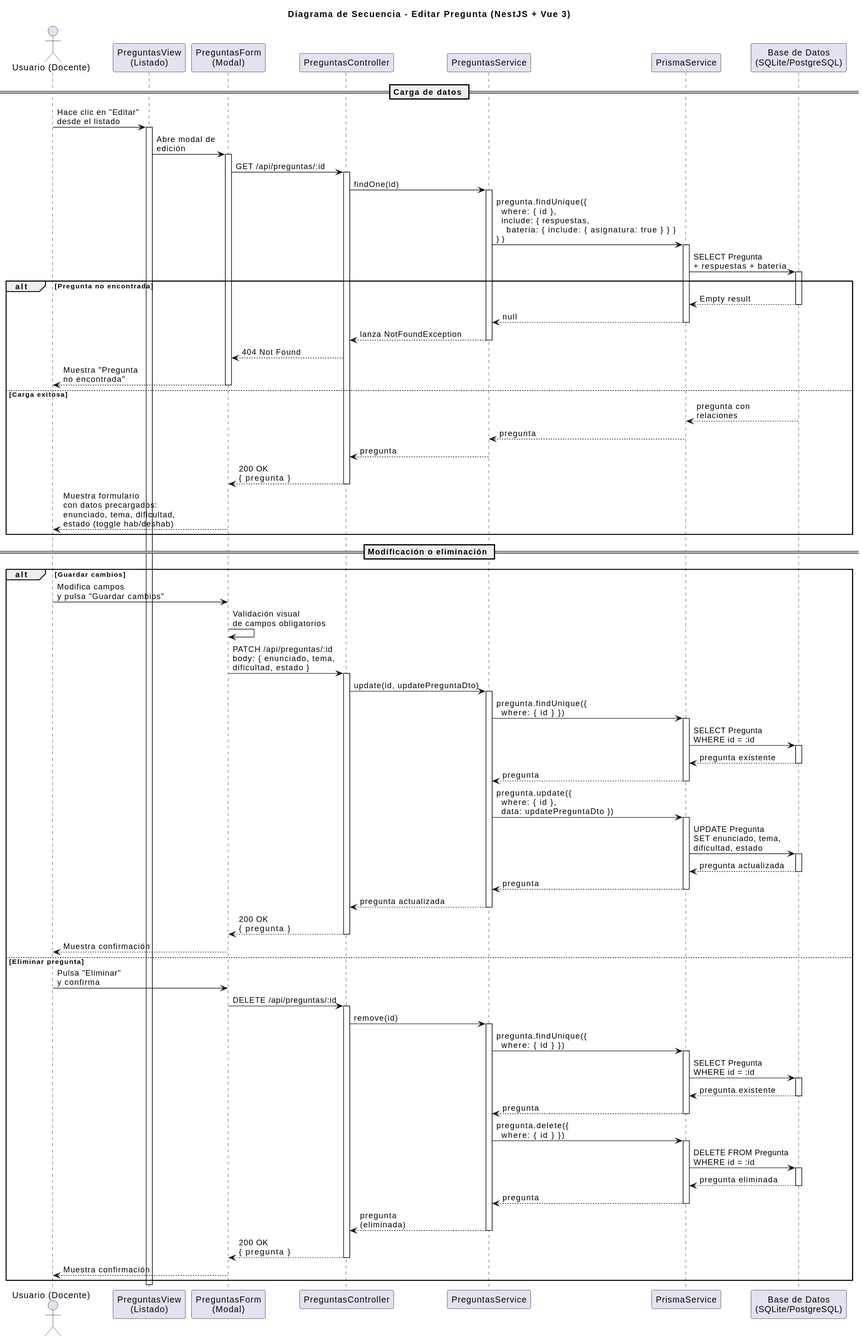
The PlantUML diagram images/diseño/editarPregunta/secuencia.svg in marcosgutierrez6/25-26-idsw2-sdVC, before a commit. Source of this version:
```plantuml
@startuml
title Diagrama de Secuencia - Editar Pregunta (NestJS + Vue 3)

actor "Usuario (Docente)" as User
participant "PreguntasView\n(Listado)" as List
participant "PreguntasForm\n(Modal)" as Form
participant "PreguntasController" as Controller
participant "PreguntasService" as Service
participant "PrismaService" as Prisma
participant "Base de Datos\n(SQLite/PostgreSQL)" as DB

== Carga de datos ==

User -> List: Hace clic en "Editar"\ndesde el listado
activate List

List -> Form: Abre modal de\nedición
activate Form

Form -> Controller: GET /api/preguntas/:id
activate Controller

Controller -> Service: findOne(id)
activate Service

Service -> Prisma: pregunta.findUnique({\n  where: { id },\n  include: { respuestas,\n    bateria: { include: { asignatura: true } } }\n})
activate Prisma
Prisma -> DB: SELECT Pregunta\n+ respuestas + batería
activate DB

alt Pregunta no encontrada
  DB --> Prisma: Empty result
  deactivate DB
  Prisma --> Service: null
  deactivate Prisma
  Service --> Controller: lanza NotFoundException
  deactivate Service
  Controller --> Form: 404 Not Found
  Form --> User: Muestra "Pregunta\nno encontrada"
  deactivate Form
else Carga exitosa
  DB --> Prisma: pregunta con\nrelaciones
  deactivate DB
  Prisma --> Service: pregunta
  deactivate Prisma
  Service --> Controller: pregunta
  deactivate Service
  Controller --> Form: 200 OK\n{ pregunta }
  deactivate Controller
  Form --> User: Muestra formulario\ncon datos precargados:\nenunciado, tema, dificultad,\nestado (toggle hab/deshab)
end

== Modificación o eliminación ==

alt Guardar cambios
  User -> Form: Modifica campos\ny pulsa "Guardar cambios"
  Form -> Form: Validación visual\nde campos obligatorios

  Form -> Controller: PATCH /api/preguntas/:id\nbody: { enunciado, tema,\ndificultad, estado }
  activate Controller
  Controller -> Service: update(id, updatePreguntaDto)
  activate Service

  Service -> Prisma: pregunta.findUnique({\n  where: { id } })
  activate Prisma
  Prisma -> DB: SELECT Pregunta\nWHERE id = :id
  activate DB
  DB --> Prisma: pregunta existente
  deactivate DB
  Prisma --> Service: pregunta
  deactivate Prisma

  Service -> Prisma: pregunta.update({\n  where: { id },\n  data: updatePreguntaDto })
  activate Prisma
  Prisma -> DB: UPDATE Pregunta\nSET enunciado, tema,\ndificultad, estado
  activate DB
  DB --> Prisma: pregunta actualizada
  deactivate DB
  Prisma --> Service: pregunta
  deactivate Prisma

  Service --> Controller: pregunta actualizada
  deactivate Service
  Controller --> Form: 200 OK\n{ pregunta }
  deactivate Controller
  Form --> User: Muestra confirmación

else Eliminar pregunta
  User -> Form: Pulsa "Eliminar"\ny confirma
  Form -> Controller: DELETE /api/preguntas/:id
  activate Controller
  Controller -> Service: remove(id)
  activate Service

  Service -> Prisma: pregunta.findUnique({\n  where: { id } })
  activate Prisma
  Prisma -> DB: SELECT Pregunta\nWHERE id = :id
  activate DB
  DB --> Prisma: pregunta existente
  deactivate DB
  Prisma --> Service: pregunta
  deactivate Prisma

  Service -> Prisma: pregunta.delete({\n  where: { id } })
  activate Prisma
  Prisma -> DB: DELETE FROM Pregunta\nWHERE id = :id
  activate DB
  DB --> Prisma: pregunta eliminada
  deactivate DB
  Prisma --> Service: pregunta
  deactivate Prisma

  Service --> Controller: pregunta\n(eliminada)
  deactivate Service
  Controller --> Form: 200 OK\n{ pregunta }
  deactivate Controller
  Form --> User: Muestra confirmación
end

deactivate Form
deactivate List
@enduml
```
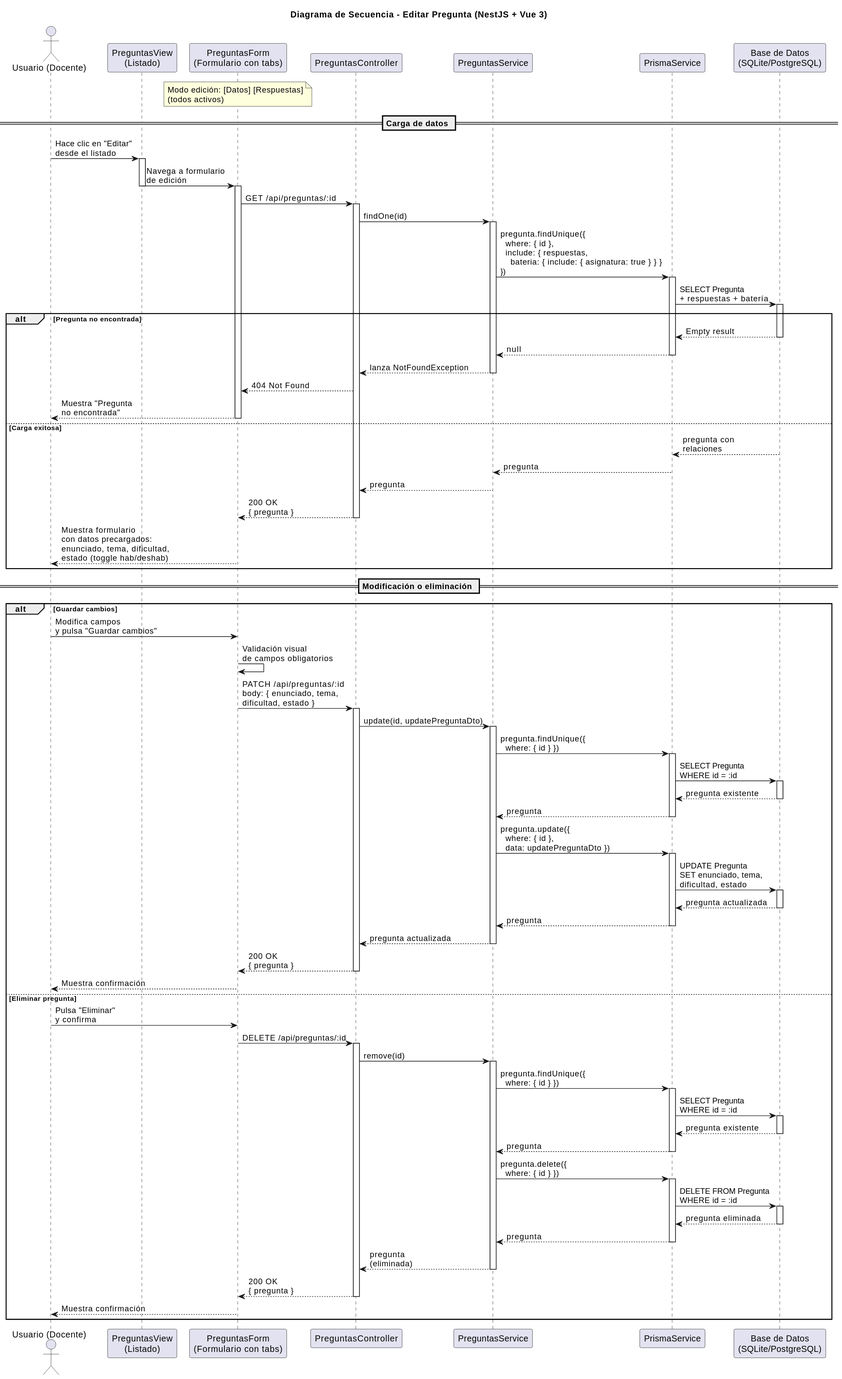
Later version of the same file.

Diff of the diagram source:
```diff
@@ -3,18 +3,21 @@
 
 actor "Usuario (Docente)" as User
 participant "PreguntasView\n(Listado)" as List
-participant "PreguntasForm\n(Modal)" as Form
+participant "PreguntasForm\n(Formulario con tabs)" as Form
 participant "PreguntasController" as Controller
 participant "PreguntasService" as Service
 participant "PrismaService" as Prisma
 participant "Base de Datos\n(SQLite/PostgreSQL)" as DB
+
+note over Form : Modo edición: [Datos] [Respuestas]\n(todos activos)
 
 == Carga de datos ==
 
 User -> List: Hace clic en "Editar"\ndesde el listado
 activate List
 
-List -> Form: Abre modal de\nedición
+List -> Form: Navega a formulario\nde edición
+deactivate List
 activate Form
 
 Form -> Controller: GET /api/preguntas/:id
@@ -118,5 +121,4 @@
 end
 
 deactivate Form
-deactivate List
 @enduml
```
